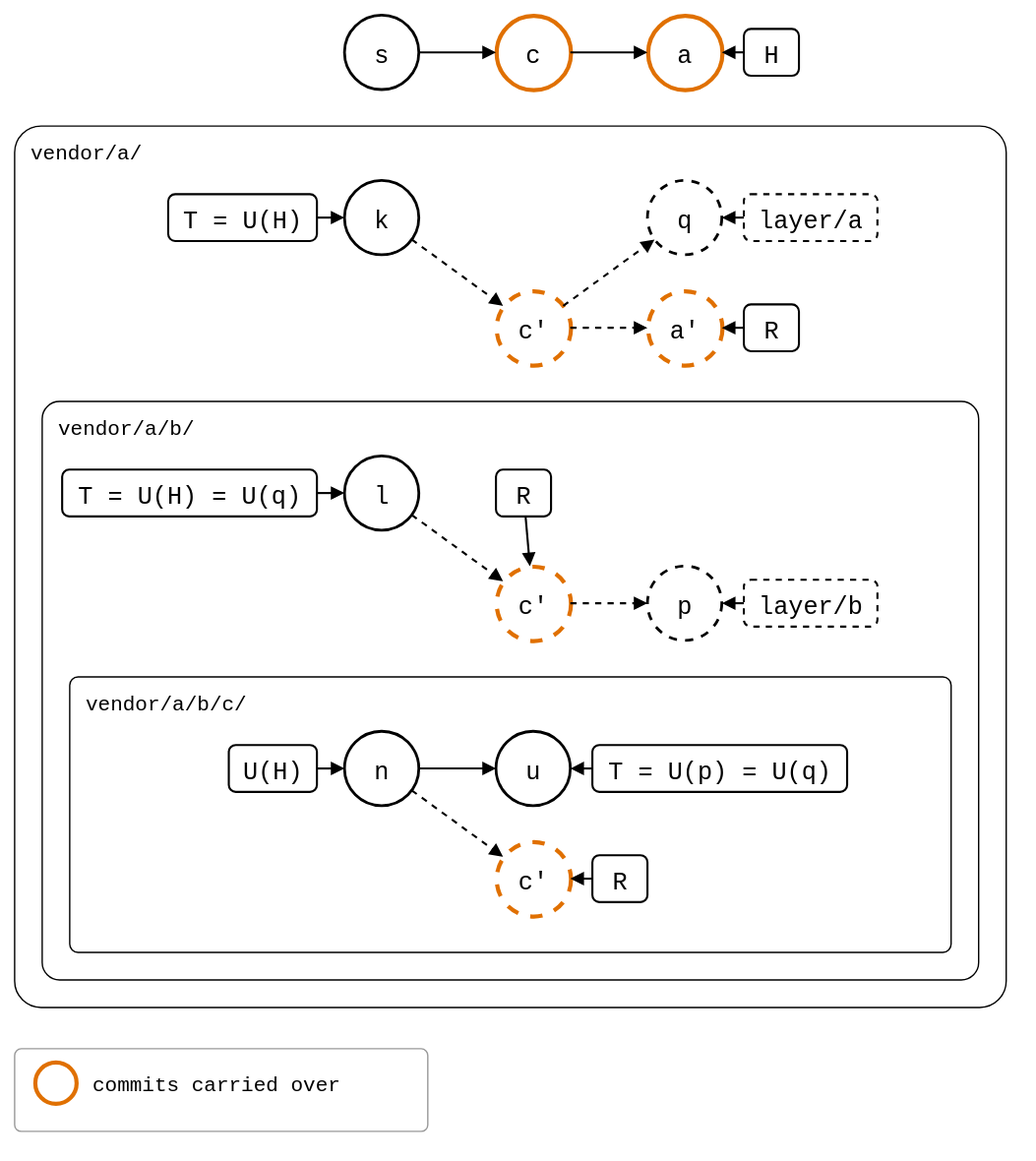
Above: docs/09-scenarios/05-nested-splices/01-nested-splices/02-three-levels/levels-monorepo-moved-on.drawio.svg in roschaefer/git-splice (draw.io), before the change. Source tidied: cells renumbered, new cells last; positions are measured from the earlier drawing's top-left corner, leaving out a move shared by most shapes.
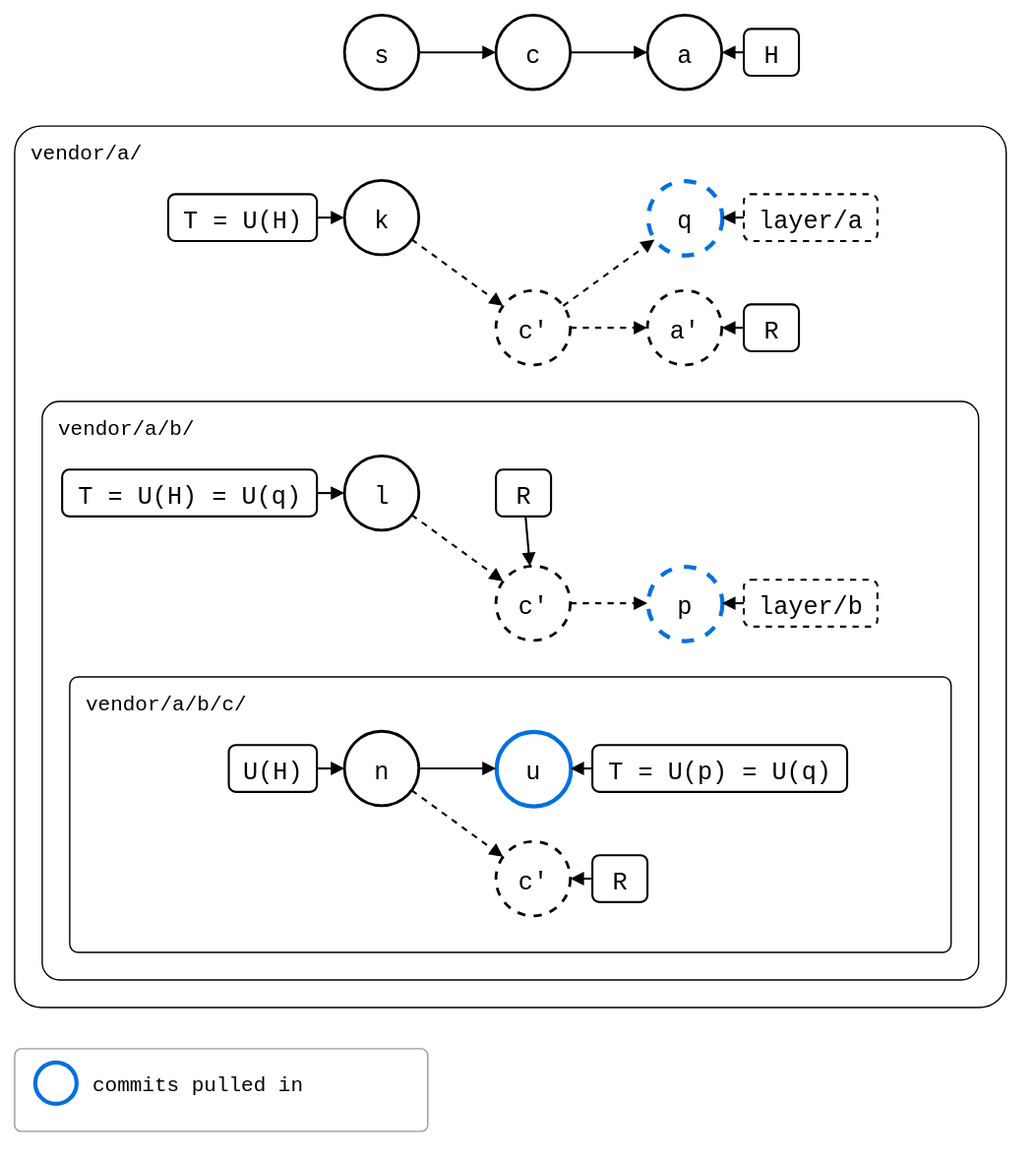
The same file after the commit.

Commit message:
docs(scenarios): follow the pulled commit out through the levels in blue

Change to the diagram source:
```diff
@@ -14,13 +14,13 @@
     <mxCell id="5" value="s" style="ellipse;strokeWidth=2;fontSize=18;fontFamily=Roboto Mono,monospace;" parent="1" vertex="1">
       <mxGeometry x="240" width="54" height="54" as="geometry" />
     </mxCell>
-    <mxCell id="6" value="c" style="ellipse;strokeWidth=2;fontSize=18;fontFamily=Roboto Mono,monospace;strokeColor=#E07000;strokeWidth=3;" parent="1" vertex="1">
+    <mxCell id="6" value="c" style="ellipse;strokeWidth=2;fontSize=18;fontFamily=Roboto Mono,monospace;" parent="1" vertex="1">
       <mxGeometry x="350" width="54" height="54" as="geometry" />
     </mxCell>
     <mxCell id="7" style="endArrow=block;endFill=1;html=1;strokeWidth=1.5;rounded=0;" parent="1" edge="1" source="5" target="6">
       <mxGeometry relative="1" as="geometry" />
     </mxCell>
-    <mxCell id="8" value="a" style="ellipse;strokeWidth=2;fontSize=18;fontFamily=Roboto Mono,monospace;strokeColor=#E07000;strokeWidth=3;" parent="1" vertex="1">
+    <mxCell id="8" value="a" style="ellipse;strokeWidth=2;fontSize=18;fontFamily=Roboto Mono,monospace;" parent="1" vertex="1">
       <mxGeometry x="460" width="54" height="54" as="geometry" />
     </mxCell>
     <mxCell id="9" style="endArrow=block;endFill=1;html=1;strokeWidth=1.5;rounded=0;" parent="1" edge="1" source="6" target="8">
@@ -35,7 +35,7 @@
     <mxCell id="12" value="k" style="ellipse;strokeWidth=2;fontSize=18;fontFamily=Roboto Mono,monospace;" parent="1" vertex="1">
       <mxGeometry x="240" y="120" width="54" height="54" as="geometry" />
     </mxCell>
-    <mxCell id="13" value="c'" style="ellipse;strokeWidth=2;fontSize=18;fontFamily=Roboto Mono,monospace;dashed=1;strokeColor=#E07000;strokeWidth=3;" parent="1" vertex="1">
+    <mxCell id="13" value="c'" style="ellipse;strokeWidth=2;fontSize=18;fontFamily=Roboto Mono,monospace;dashed=1;" parent="1" vertex="1">
       <mxGeometry x="350" y="200" width="54" height="54" as="geometry" />
     </mxCell>
     <mxCell id="14" style="endArrow=block;endFill=1;html=1;strokeWidth=1.5;rounded=0;dashed=1;" parent="1" edge="1" source="12" target="13">
@@ -44,7 +44,7 @@
     <mxCell id="15" value="l" style="ellipse;strokeWidth=2;fontSize=18;fontFamily=Roboto Mono,monospace;" parent="1" vertex="1">
       <mxGeometry x="240" y="320" width="54" height="54" as="geometry" />
     </mxCell>
-    <mxCell id="16" value="c'" style="ellipse;strokeWidth=2;fontSize=18;fontFamily=Roboto Mono,monospace;dashed=1;strokeColor=#E07000;strokeWidth=3;" parent="1" vertex="1">
+    <mxCell id="16" value="c'" style="ellipse;strokeWidth=2;fontSize=18;fontFamily=Roboto Mono,monospace;dashed=1;" parent="1" vertex="1">
       <mxGeometry x="350" y="400" width="54" height="54" as="geometry" />
     </mxCell>
     <mxCell id="17" style="endArrow=block;endFill=1;html=1;strokeWidth=1.5;rounded=0;dashed=1;" parent="1" edge="1" source="15" target="16">
@@ -53,13 +53,13 @@
     <mxCell id="18" value="n" style="ellipse;strokeWidth=2;fontSize=18;fontFamily=Roboto Mono,monospace;" parent="1" vertex="1">
       <mxGeometry x="240" y="520" width="54" height="54" as="geometry" />
     </mxCell>
-    <mxCell id="19" value="u" style="ellipse;strokeWidth=2;fontSize=18;fontFamily=Roboto Mono,monospace;" parent="1" vertex="1">
+    <mxCell id="19" value="u" style="ellipse;strokeWidth=2;fontSize=18;fontFamily=Roboto Mono,monospace;strokeColor=#0070E0;strokeWidth=3;" parent="1" vertex="1">
       <mxGeometry x="350" y="520" width="54" height="54" as="geometry" />
     </mxCell>
     <mxCell id="20" style="endArrow=block;endFill=1;html=1;strokeWidth=1.5;rounded=0;" parent="1" edge="1" source="18" target="19">
       <mxGeometry relative="1" as="geometry" />
     </mxCell>
-    <mxCell id="21" value="c'" style="ellipse;strokeWidth=2;fontSize=18;fontFamily=Roboto Mono,monospace;dashed=1;strokeColor=#E07000;strokeWidth=3;" parent="1" vertex="1">
+    <mxCell id="21" value="c'" style="ellipse;strokeWidth=2;fontSize=18;fontFamily=Roboto Mono,monospace;dashed=1;" parent="1" vertex="1">
       <mxGeometry x="350" y="600" width="54" height="54" as="geometry" />
     </mxCell>
     <mxCell id="22" style="endArrow=block;endFill=1;html=1;strokeWidth=1.5;rounded=0;dashed=1;" parent="1" edge="1" source="18" target="21">
@@ -83,19 +83,19 @@
     <mxCell id="28" style="endArrow=block;endFill=1;html=1;strokeWidth=1.5;rounded=0;" parent="1" edge="1" source="27" target="18">
       <mxGeometry relative="1" as="geometry" />
     </mxCell>
-    <mxCell id="29" value="p" style="ellipse;strokeWidth=2;fontSize=18;fontFamily=Roboto Mono,monospace;dashed=1;" parent="1" vertex="1">
+    <mxCell id="29" value="p" style="ellipse;strokeWidth=2;fontSize=18;fontFamily=Roboto Mono,monospace;dashed=1;strokeColor=#0070E0;strokeWidth=3;" parent="1" vertex="1">
       <mxGeometry x="460" y="400" width="54" height="54" as="geometry" />
     </mxCell>
     <mxCell id="30" style="endArrow=block;endFill=1;html=1;strokeWidth=1.5;rounded=0;dashed=1;" parent="1" edge="1" source="16" target="29">
       <mxGeometry relative="1" as="geometry" />
     </mxCell>
-    <mxCell id="31" value="q" style="ellipse;strokeWidth=2;fontSize=18;fontFamily=Roboto Mono,monospace;dashed=1;" parent="1" vertex="1">
+    <mxCell id="31" value="q" style="ellipse;strokeWidth=2;fontSize=18;fontFamily=Roboto Mono,monospace;dashed=1;strokeColor=#0070E0;strokeWidth=3;" parent="1" vertex="1">
       <mxGeometry x="460" y="120" width="54" height="54" as="geometry" />
     </mxCell>
     <mxCell id="32" style="endArrow=block;endFill=1;html=1;strokeWidth=1.5;rounded=0;dashed=1;" parent="1" edge="1" source="13" target="31">
       <mxGeometry relative="1" as="geometry" />
     </mxCell>
-    <mxCell id="33" value="a'" style="ellipse;strokeWidth=2;fontSize=18;fontFamily=Roboto Mono,monospace;dashed=1;strokeColor=#E07000;strokeWidth=3;" parent="1" vertex="1">
+    <mxCell id="33" value="a'" style="ellipse;strokeWidth=2;fontSize=18;fontFamily=Roboto Mono,monospace;dashed=1;" parent="1" vertex="1">
       <mxGeometry x="460" y="200" width="54" height="54" as="geometry" />
     </mxCell>
     <mxCell id="34" style="endArrow=block;endFill=1;html=1;strokeWidth=1.5;rounded=0;dashed=1;" parent="1" edge="1" source="13" target="33">
@@ -140,11 +140,11 @@
     <mxCell id="47" style="rounded=1;arcSize=8;fillColor=none;strokeColor=#999999;strokeWidth=1;legend=1;" parent="1" vertex="1">
       <mxGeometry y="750" width="300" height="60" as="geometry" />
     </mxCell>
-    <mxCell id="48" style="ellipse;fontSize=13;fontFamily=Roboto Mono,monospace;strokeWidth=2;strokeColor=#E07000;strokeWidth=3;" parent="47" vertex="1">
-      <mxGeometry x="15" y="10" width="30" height="30" as="geometry" />
-    </mxCell>
-    <mxCell id="49" value="commits carried over" style="text;align=left;verticalAlign=middle;fontSize=15;fontFamily=Roboto Mono,monospace;" parent="47" vertex="1">
-      <mxGeometry x="55" y="10" width="240" height="30" as="geometry" />
-    </mxCell>
+    <mxCell id="50" style="ellipse;fontSize=13;fontFamily=Roboto Mono,monospace;strokeWidth=2;strokeColor=#0070E0;strokeWidth=3;" parent="47" vertex="1">
+      <mxGeometry x="15" y="10" width="30" height="30" as="geometry" />
+    </mxCell>
+    <mxCell id="51" value="commits pulled in" style="text;align=left;verticalAlign=middle;fontSize=15;fontFamily=Roboto Mono,monospace;" parent="47" vertex="1">
+      <mxGeometry x="55" y="10" width="240" height="30" as="geometry" />
+    </mxCell>
   </root>
 </mxGraphModel>
```
